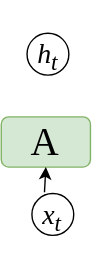
Above: RNN.drawio.svg in master-fency/plot (draw.io), before the change. Source tidied: cells renumbered, new cells last; positions are measured from the earlier drawing's top-left corner, leaving out a move shared by most shapes.
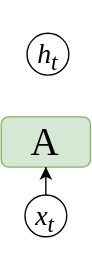
The same diagram one commit later.

Diff of the diagram source:
```diff
@@ -5,16 +5,14 @@
     <mxCell id="2" value="&lt;font face=&quot;Times New Roman&quot; style=&quot;font-size: 28px;&quot;&gt;A&lt;/font&gt;" style="rounded=1;whiteSpace=wrap;html=1;fillColor=#d5e8d4;strokeColor=#82b366;" parent="1" vertex="1">
       <mxGeometry y="60" width="64" height="36" as="geometry" />
     </mxCell>
-    <mxCell id="3" style="edgeStyle=orthogonalEdgeStyle;rounded=0;jettySize=auto;html=1;exitX=0.5;exitY=0;exitDx=0;exitDy=0;entryX=0.5;entryY=1;entryDx=0;entryDy=0;" parent="1" edge="1" target="2">
-      <mxGeometry relative="1" as="geometry">
-        <mxPoint x="31" y="114" as="sourcePoint" />
-      </mxGeometry>
-    </mxCell>
     <mxCell id="4" value="&lt;font face=&quot;Times New Roman&quot;&gt;&lt;span style=&quot;font-size: 20px;&quot;&gt;&lt;i&gt;h&lt;sub&gt;t&lt;/sub&gt;&lt;/i&gt;&lt;/span&gt;&lt;/font&gt;" style="ellipse;whiteSpace=wrap;html=1;shapeInside=1;" parent="1" vertex="1">
       <mxGeometry x="18.5" width="30" height="30" as="geometry" />
     </mxCell>
+    <mxCell id="6" style="edgeStyle=orthogonalEdgeStyle;rounded=0;jettySize=auto;html=1;exitX=0.5;exitY=0;exitDx=0;exitDy=0;" parent="1" edge="1" source="5" target="2">
+      <mxGeometry relative="1" as="geometry" />
+    </mxCell>
     <mxCell id="5" value="&lt;font face=&quot;Times New Roman&quot;&gt;&lt;span style=&quot;font-size: 20px;&quot;&gt;&lt;i&gt;x&lt;sub&gt;t&lt;/sub&gt;&lt;/i&gt;&lt;/span&gt;&lt;/font&gt;" style="ellipse;whiteSpace=wrap;html=1;shapeInside=1;" parent="1" vertex="1">
-      <mxGeometry x="22" y="115" width="30" height="30" as="geometry" />
+      <mxGeometry x="17" y="116" width="30" height="30" as="geometry" />
     </mxCell>
   </root>
 </mxGraphModel>
```
